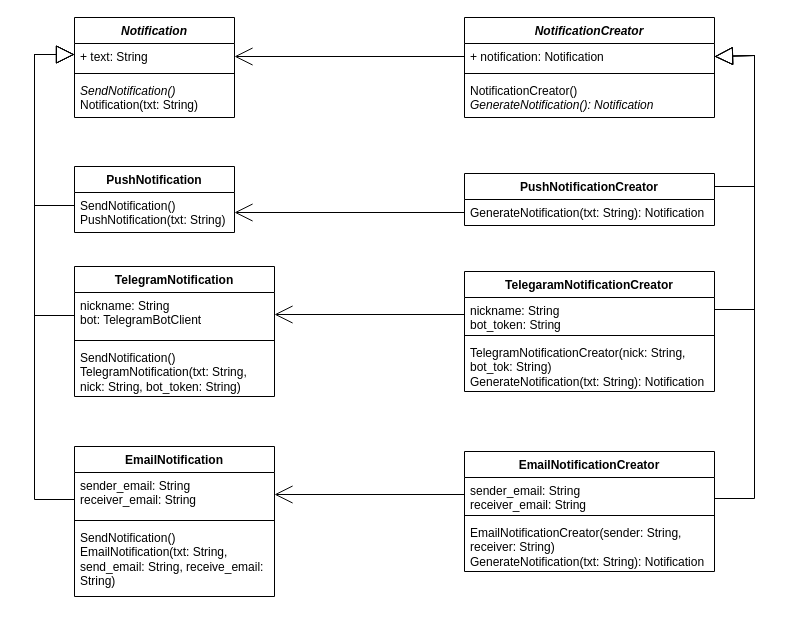
Mrfartam/Patterns keeps this draw.io diagram as page "С паттерном" (2 of 2) of Fabric Method.drawio. Above is the earlier version. Source tidied: cells renumbered, new cells numbered last; positions are measured from the earlier drawing's top-left corner, leaving out a move shared by most shapes. Both pictures are drawn from the tidied source at 100%, with x=0, y=0 at pixel (34, 17).
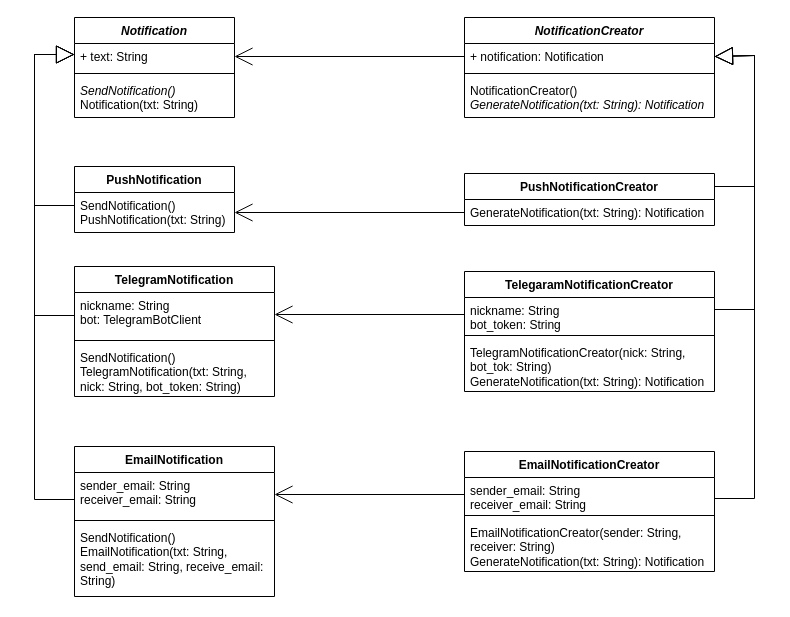
Above is the later version.

Unchanged cells that the change refers to:
```xml
<mxCell id="26" value="&lt;i&gt;NotificationCreator&lt;/i&gt;" style="swimlane;fontStyle=1;align=center;verticalAlign=top;horizontal=1;startSize=26;whiteSpace=wrap;html=1;" parent="1" vertex="1">
  <mxGeometry x="430" width="250" height="100" as="geometry" />
</mxCell>
```

Diff of the diagram source:
```diff
@@
-    <mxCell id="29" value="&lt;div&gt;NotificationCreator()&lt;/div&gt;&lt;i&gt;GenerateNotification(): Notification&lt;/i&gt;" style="text;strokeColor=none;fillColor=none;align=left;verticalAlign=top;spacingLeft=4;spacingRight=4;overflow=hidden;whiteSpace=wrap;html=1;" parent="26" vertex="1">
+    <mxCell id="29" value="&lt;div&gt;NotificationCreator()&lt;/div&gt;&lt;i&gt;GenerateNotification(txt: String): Notification&lt;/i&gt;" style="text;strokeColor=none;fillColor=none;align=left;verticalAlign=top;spacingLeft=4;spacingRight=4;overflow=hidden;whiteSpace=wrap;html=1;" parent="26" vertex="1">
       <mxGeometry y="60" width="250" height="40" as="geometry" />
     </mxCell>
```
